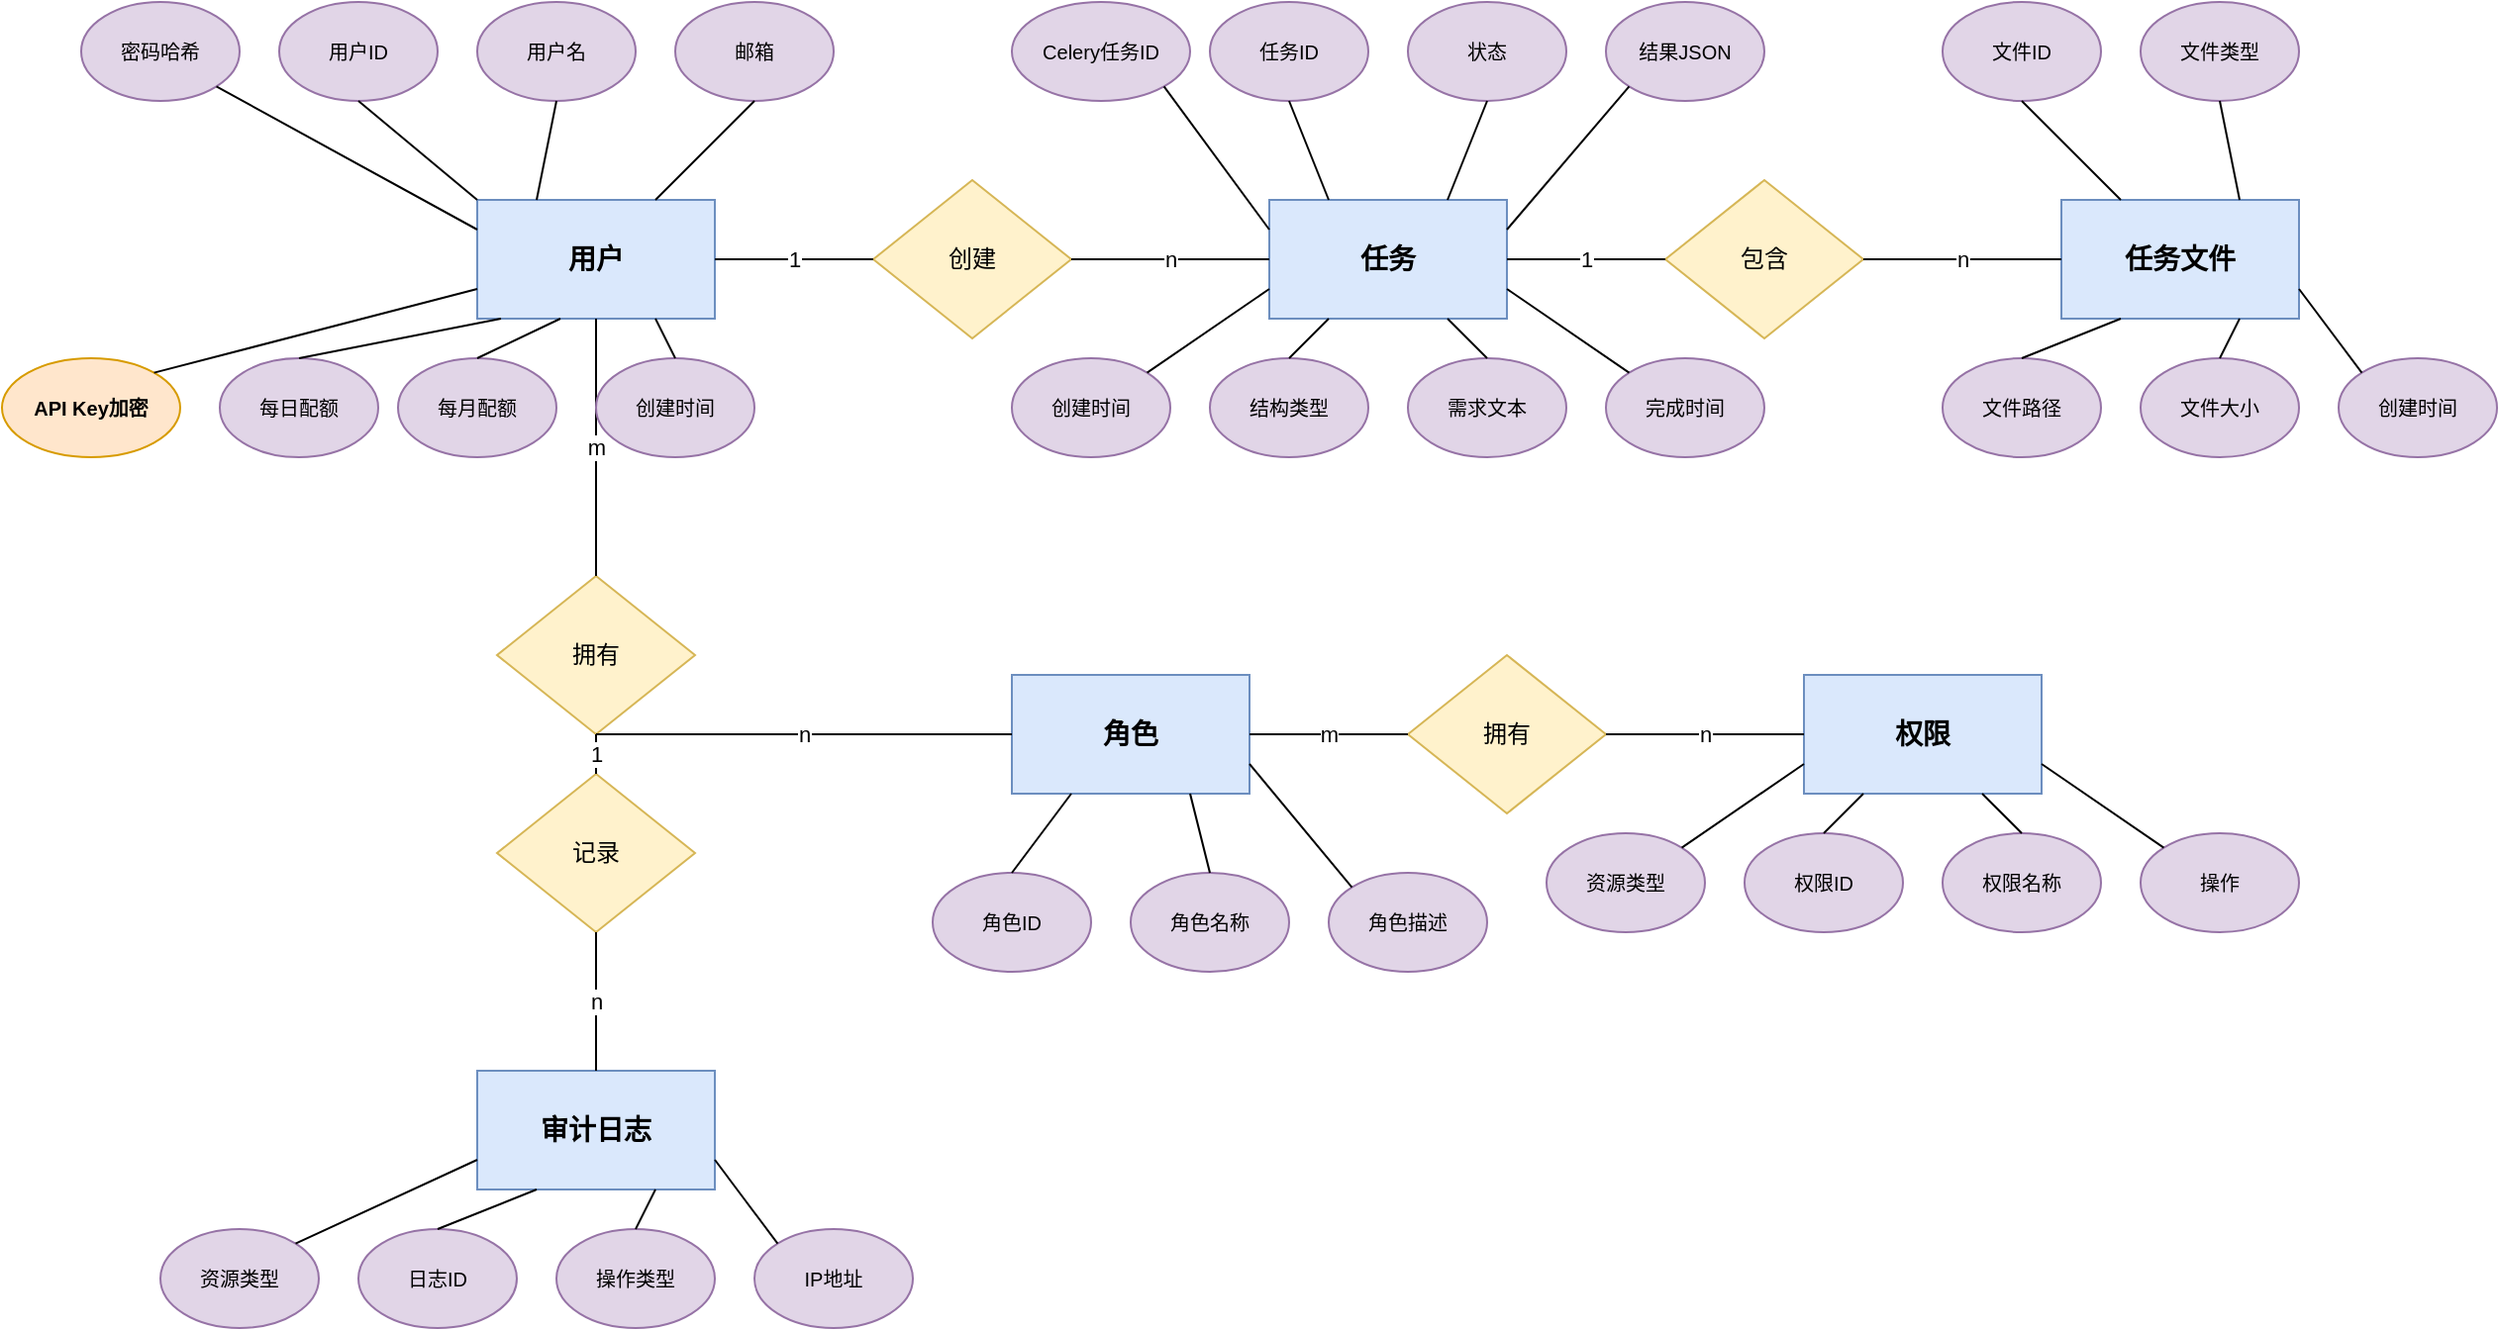
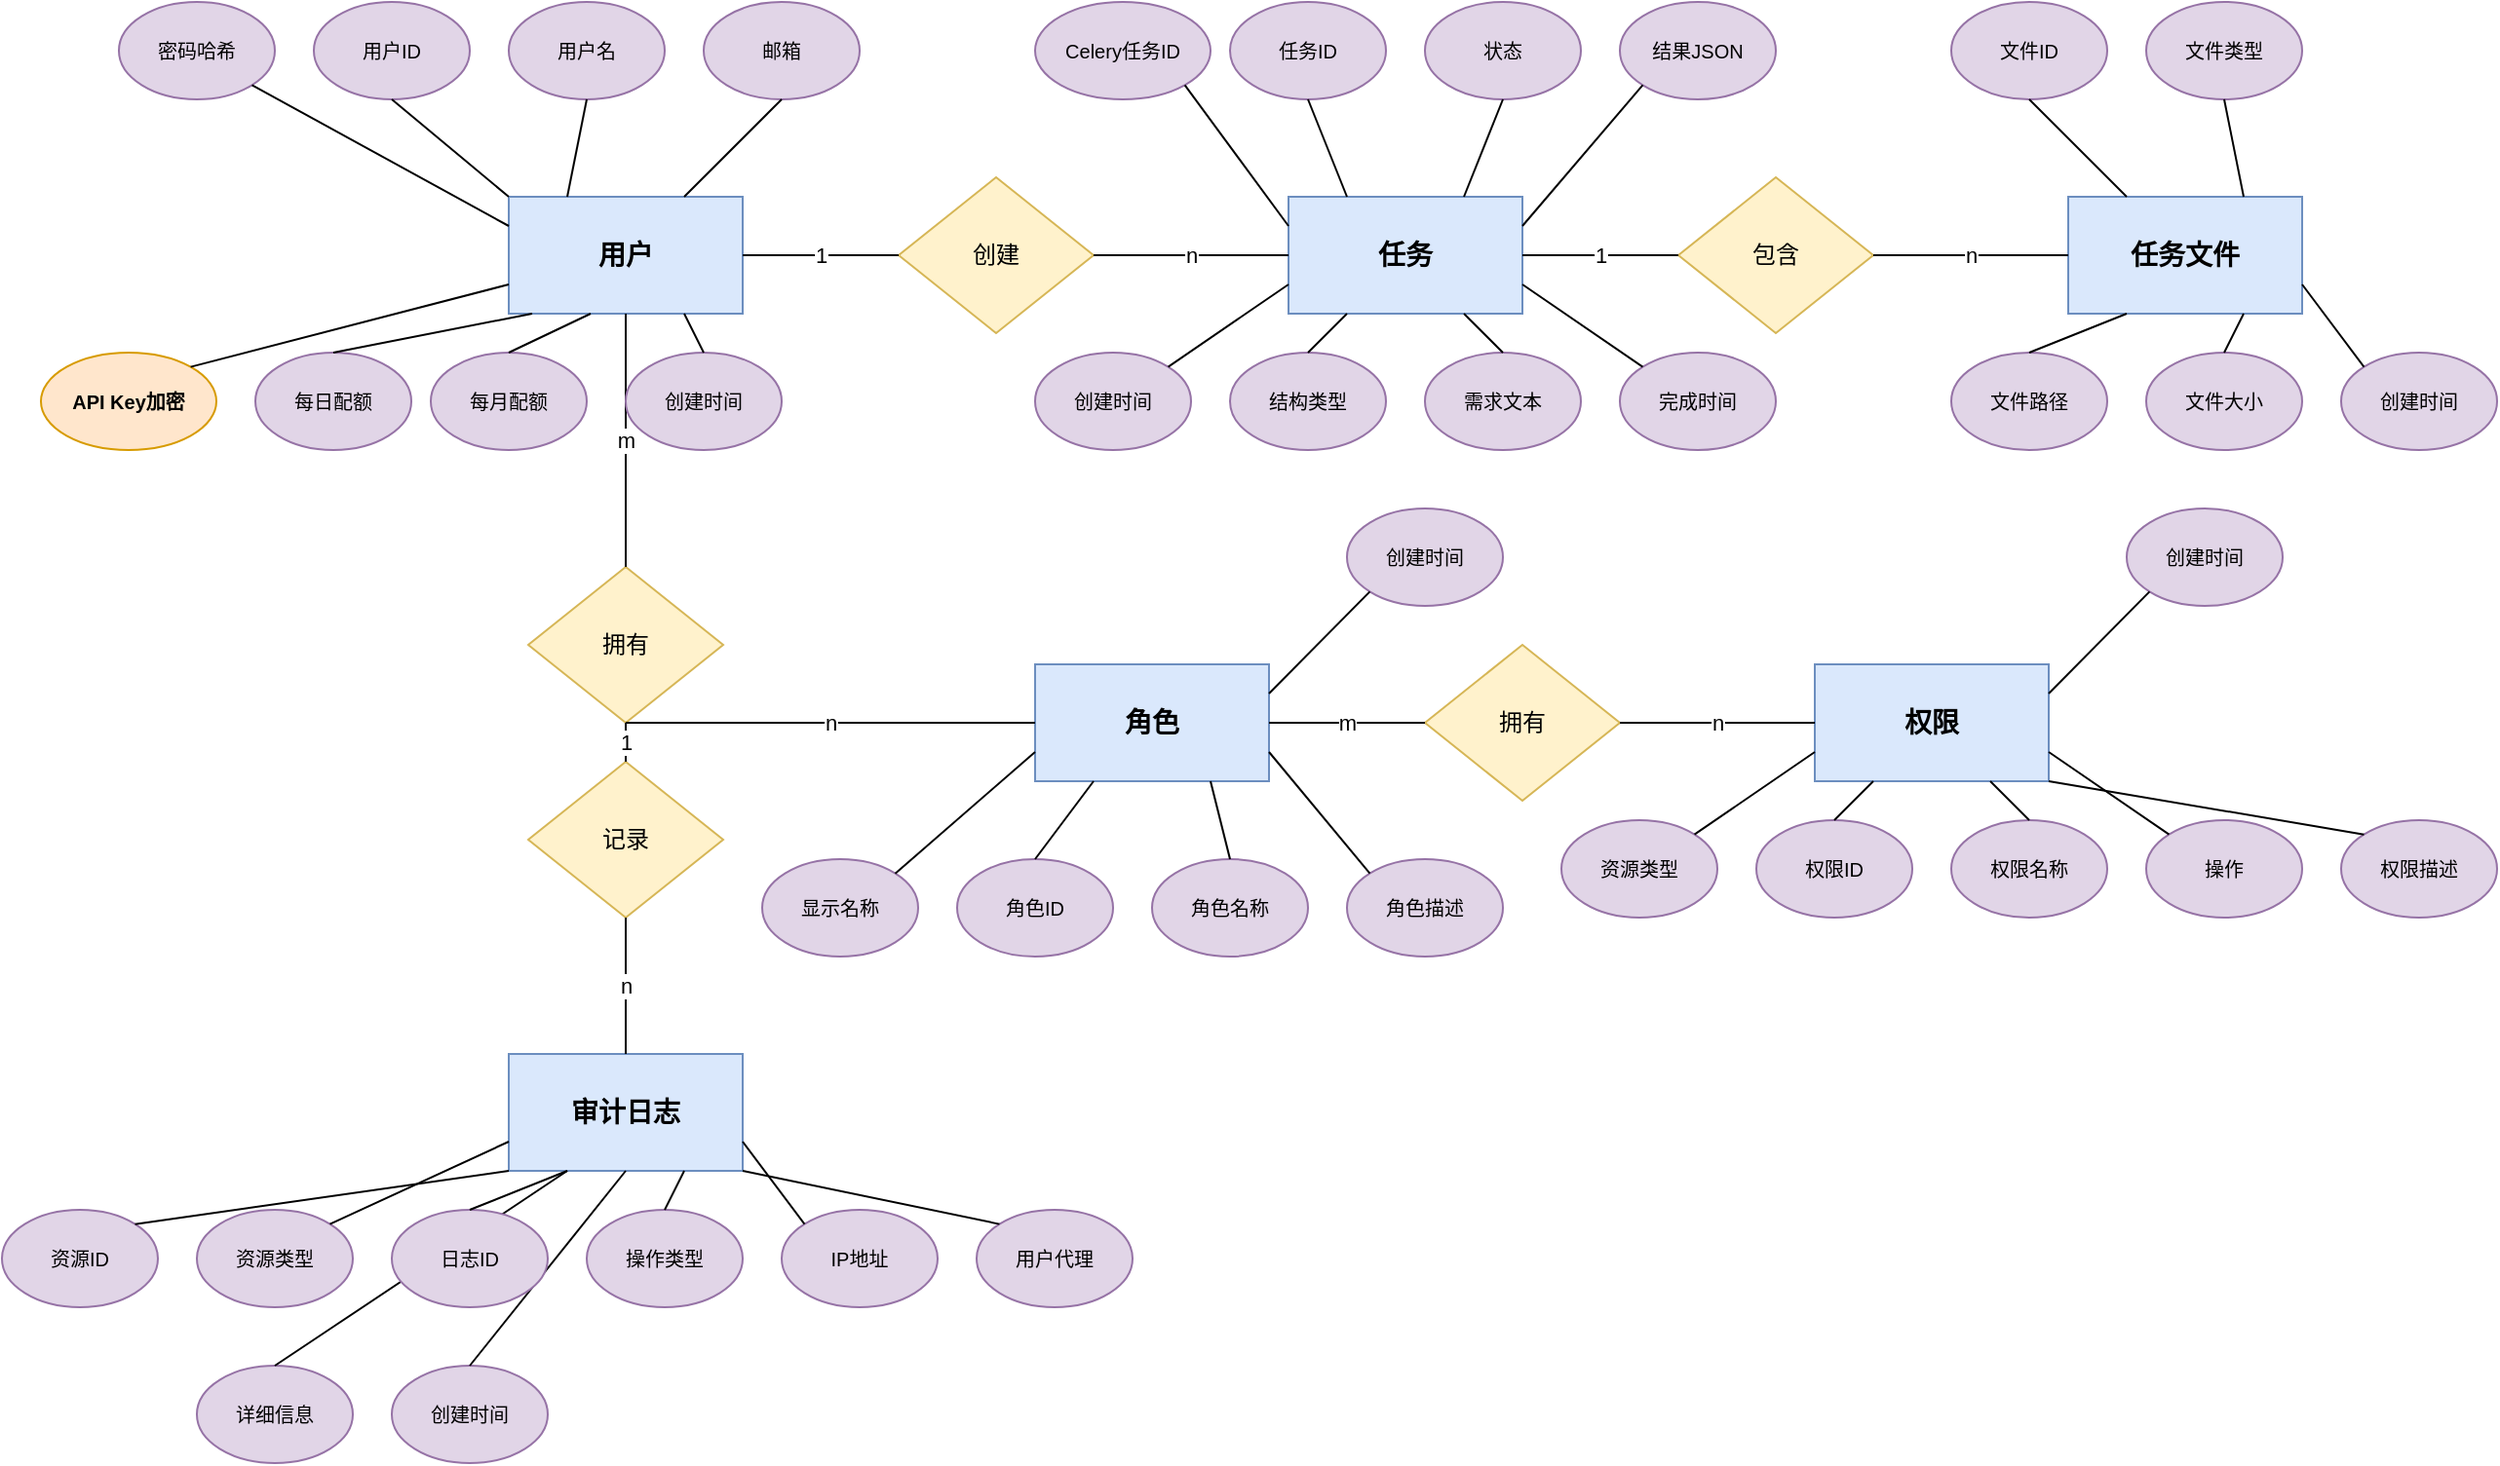
<mxfile host="app.diagrams.net" agent="Claude">
  <diagram name="数据库ER图" id="er-diagram">
    <mxGraphModel dx="1437" dy="891" grid="1" gridSize="10" guides="1" tooltips="1" connect="1" arrows="1" fold="1" page="1" pageScale="1" pageWidth="3000" pageHeight="2000" math="0" shadow="0">
      <root>
        <mxCell id="0" />
        <mxCell id="1" parent="0" />
        <mxCell id="entity-users" parent="1" style="rounded=0;whiteSpace=wrap;html=1;fillColor=#dae8fc;strokeColor=#6c8ebf;fontSize=14;fontStyle=1" value="用户" vertex="1">
          <mxGeometry height="60" width="120" x="400" y="200" as="geometry" />
        </mxCell>
        <mxCell id="entity-tasks" parent="1" style="rounded=0;whiteSpace=wrap;html=1;fillColor=#dae8fc;strokeColor=#6c8ebf;fontSize=14;fontStyle=1" value="任务" vertex="1">
          <mxGeometry height="60" width="120" x="800" y="200" as="geometry" />
        </mxCell>
        <mxCell id="entity-task-files" parent="1" style="rounded=0;whiteSpace=wrap;html=1;fillColor=#dae8fc;strokeColor=#6c8ebf;fontSize=14;fontStyle=1" value="任务文件" vertex="1">
          <mxGeometry height="60" width="120" x="1200" y="200" as="geometry" />
        </mxCell>
        <mxCell id="entity-roles" parent="1" style="rounded=0;whiteSpace=wrap;html=1;fillColor=#dae8fc;strokeColor=#6c8ebf;fontSize=14;fontStyle=1" value="角色" vertex="1">
          <mxGeometry height="60" width="120" x="670" y="440" as="geometry" />
        </mxCell>
        <mxCell id="entity-permissions" parent="1" style="rounded=0;whiteSpace=wrap;html=1;fillColor=#dae8fc;strokeColor=#6c8ebf;fontSize=14;fontStyle=1" value="权限" vertex="1">
          <mxGeometry height="60" width="120" x="1070" y="440" as="geometry" />
        </mxCell>
        <mxCell id="entity-audit-logs" parent="1" style="rounded=0;whiteSpace=wrap;html=1;fillColor=#dae8fc;strokeColor=#6c8ebf;fontSize=14;fontStyle=1" value="审计日志" vertex="1">
          <mxGeometry height="60" width="120" x="400" y="640" as="geometry" />
        </mxCell>
        <mxCell id="rel-creates" parent="1" style="rhombus;whiteSpace=wrap;html=1;fillColor=#fff2cc;strokeColor=#d6b656;fontSize=12" value="创建" vertex="1">
          <mxGeometry height="80" width="100" x="600" y="190" as="geometry" />
        </mxCell>
        <mxCell id="edge-user-creates" edge="1" parent="1" source="entity-users" style="endArrow=none;html=1;rounded=0;exitX=1;exitY=0.5;exitDx=0;exitDy=0;entryX=0;entryY=0.5;entryDx=0;entryDy=0;" target="rel-creates" value="1">
          <mxGeometry relative="1" as="geometry" />
        </mxCell>
        <mxCell id="edge-creates-task" edge="1" parent="1" source="rel-creates" style="endArrow=none;html=1;rounded=0;exitX=1;exitY=0.5;exitDx=0;exitDy=0;entryX=0;entryY=0.5;entryDx=0;entryDy=0;" target="entity-tasks" value="n">
          <mxGeometry relative="1" as="geometry" />
        </mxCell>
        <mxCell id="rel-contains" parent="1" style="rhombus;whiteSpace=wrap;html=1;fillColor=#fff2cc;strokeColor=#d6b656;fontSize=12" value="包含" vertex="1">
          <mxGeometry height="80" width="100" x="1000" y="190" as="geometry" />
        </mxCell>
        <mxCell id="edge-task-contains" edge="1" parent="1" source="entity-tasks" style="endArrow=none;html=1;rounded=0;exitX=1;exitY=0.5;exitDx=0;exitDy=0;entryX=0;entryY=0.5;entryDx=0;entryDy=0;" target="rel-contains" value="1">
          <mxGeometry relative="1" as="geometry" />
        </mxCell>
        <mxCell id="edge-contains-file" edge="1" parent="1" source="rel-contains" style="endArrow=none;html=1;rounded=0;exitX=1;exitY=0.5;exitDx=0;exitDy=0;entryX=0;entryY=0.5;entryDx=0;entryDy=0;" target="entity-task-files" value="n">
          <mxGeometry relative="1" as="geometry" />
        </mxCell>
        <mxCell id="rel-has-role" parent="1" style="rhombus;whiteSpace=wrap;html=1;fillColor=#fff2cc;strokeColor=#d6b656;fontSize=12" value="拥有" vertex="1">
          <mxGeometry height="80" width="100" x="410" y="390" as="geometry" />
        </mxCell>
        <mxCell id="edge-user-has-role" edge="1" parent="1" source="entity-users" style="endArrow=none;html=1;rounded=0;exitX=0.5;exitY=1;exitDx=0;exitDy=0;entryX=0.5;entryY=0;entryDx=0;entryDy=0;" target="rel-has-role" value="m">
          <mxGeometry relative="1" as="geometry" />
        </mxCell>
        <mxCell id="edge-has-role-role" edge="1" parent="1" source="rel-has-role" style="endArrow=none;html=1;rounded=0;exitX=0.5;exitY=1;exitDx=0;exitDy=0;entryX=0;entryY=0.5;entryDx=0;entryDy=0;" target="entity-roles" value="n">
          <mxGeometry relative="1" as="geometry" />
        </mxCell>
        <mxCell id="rel-has-perm" parent="1" style="rhombus;whiteSpace=wrap;html=1;fillColor=#fff2cc;strokeColor=#d6b656;fontSize=12" value="拥有" vertex="1">
          <mxGeometry height="80" width="100" x="870" y="430" as="geometry" />
        </mxCell>
        <mxCell id="edge-role-has-perm" edge="1" parent="1" source="entity-roles" style="endArrow=none;html=1;rounded=0;exitX=1;exitY=0.5;exitDx=0;exitDy=0;entryX=0;entryY=0.5;entryDx=0;entryDy=0;" target="rel-has-perm" value="m">
          <mxGeometry relative="1" as="geometry" />
        </mxCell>
        <mxCell id="edge-has-perm-perm" edge="1" parent="1" source="rel-has-perm" style="endArrow=none;html=1;rounded=0;exitX=1;exitY=0.5;exitDx=0;exitDy=0;entryX=0;entryY=0.5;entryDx=0;entryDy=0;" target="entity-permissions" value="n">
          <mxGeometry relative="1" as="geometry" />
        </mxCell>
        <mxCell id="rel-logs" parent="1" style="rhombus;whiteSpace=wrap;html=1;fillColor=#fff2cc;strokeColor=#d6b656;fontSize=12" value="记录" vertex="1">
          <mxGeometry height="80" width="100" x="410" y="490" as="geometry" />
        </mxCell>
        <mxCell id="edge-user-logs" edge="1" parent="1" source="rel-has-role" style="endArrow=none;html=1;rounded=0;exitX=0.5;exitY=1;exitDx=0;exitDy=0;entryX=0.5;entryY=0;entryDx=0;entryDy=0;" target="rel-logs" value="1">
          <mxGeometry relative="1" as="geometry">
            <mxPoint x="460" y="470" as="sourcePoint" />
          </mxGeometry>
        </mxCell>
        <mxCell id="edge-logs-audit" edge="1" parent="1" source="rel-logs" style="endArrow=none;html=1;rounded=0;exitX=0.5;exitY=1;exitDx=0;exitDy=0;entryX=0.5;entryY=0;entryDx=0;entryDy=0;" target="entity-audit-logs" value="n">
          <mxGeometry relative="1" as="geometry" />
        </mxCell>
        <mxCell id="attr-user-id" parent="1" style="ellipse;whiteSpace=wrap;html=1;fillColor=#e1d5e7;strokeColor=#9673a6;fontSize=10" value="用户ID" vertex="1">
          <mxGeometry height="50" width="80" x="300" y="100" as="geometry" />
        </mxCell>
        <mxCell id="edge-user-id" edge="1" parent="1" source="attr-user-id" style="endArrow=none;html=1;rounded=0;exitX=0.5;exitY=1;exitDx=0;exitDy=0;entryX=0;entryY=0;entryDx=0;entryDy=0;" target="entity-users">
          <mxGeometry relative="1" as="geometry" />
        </mxCell>
        <mxCell id="attr-username" parent="1" style="ellipse;whiteSpace=wrap;html=1;fillColor=#e1d5e7;strokeColor=#9673a6;fontSize=10" value="用户名" vertex="1">
          <mxGeometry height="50" width="80" x="400" y="100" as="geometry" />
        </mxCell>
        <mxCell id="edge-username" edge="1" parent="1" source="attr-username" style="endArrow=none;html=1;rounded=0;exitX=0.5;exitY=1;exitDx=0;exitDy=0;entryX=0.25;entryY=0;entryDx=0;entryDy=0;" target="entity-users">
          <mxGeometry relative="1" as="geometry" />
        </mxCell>
        <mxCell id="attr-email" parent="1" style="ellipse;whiteSpace=wrap;html=1;fillColor=#e1d5e7;strokeColor=#9673a6;fontSize=10" value="邮箱" vertex="1">
          <mxGeometry height="50" width="80" x="500" y="100" as="geometry" />
        </mxCell>
        <mxCell id="edge-email" edge="1" parent="1" source="attr-email" style="endArrow=none;html=1;rounded=0;exitX=0.5;exitY=1;exitDx=0;exitDy=0;entryX=0.75;entryY=0;entryDx=0;entryDy=0;" target="entity-users">
          <mxGeometry relative="1" as="geometry" />
        </mxCell>
        <mxCell id="attr-password" parent="1" style="ellipse;whiteSpace=wrap;html=1;fillColor=#e1d5e7;strokeColor=#9673a6;fontSize=10" value="密码哈希" vertex="1">
          <mxGeometry height="50" width="80" x="200" y="100" as="geometry" />
        </mxCell>
        <mxCell id="edge-password" edge="1" parent="1" source="attr-password" style="endArrow=none;html=1;rounded=0;exitX=1;exitY=1;exitDx=0;exitDy=0;entryX=0;entryY=0.25;entryDx=0;entryDy=0;" target="entity-users">
          <mxGeometry relative="1" as="geometry" />
        </mxCell>
        <mxCell id="attr-api-key" parent="1" style="ellipse;whiteSpace=wrap;html=1;fillColor=#ffe6cc;strokeColor=#d79b00;fontSize=10;fontStyle=1" value="API Key加密" vertex="1">
          <mxGeometry height="50" width="90" x="160" y="280" as="geometry" />
        </mxCell>
        <mxCell id="edge-api-key" edge="1" parent="1" source="attr-api-key" style="endArrow=none;html=1;rounded=0;exitX=1;exitY=0;exitDx=0;exitDy=0;entryX=0;entryY=0.75;entryDx=0;entryDy=0;" target="entity-users">
          <mxGeometry relative="1" as="geometry" />
        </mxCell>
        <mxCell id="attr-user-created" parent="1" style="ellipse;whiteSpace=wrap;html=1;fillColor=#e1d5e7;strokeColor=#9673a6;fontSize=10" value="创建时间" vertex="1">
          <mxGeometry height="50" width="80" x="460" y="280" as="geometry" />
        </mxCell>
        <mxCell id="edge-user-created" edge="1" parent="1" source="attr-user-created" style="endArrow=none;html=1;rounded=0;exitX=0.5;exitY=0;exitDx=0;exitDy=0;entryX=0.75;entryY=1;entryDx=0;entryDy=0;" target="entity-users">
          <mxGeometry relative="1" as="geometry" />
        </mxCell>
        <mxCell id="attr-quota-daily" parent="1" style="ellipse;whiteSpace=wrap;html=1;fillColor=#e1d5e7;strokeColor=#9673a6;fontSize=10" value="每日配额" vertex="1">
          <mxGeometry height="50" width="80" x="270" y="280" as="geometry" />
        </mxCell>
        <mxCell id="edge-quota-daily" edge="1" parent="1" source="attr-quota-daily" style="endArrow=none;html=1;rounded=0;exitX=0.5;exitY=0;exitDx=0;exitDy=0;entryX=0.1;entryY=1;entryDx=0;entryDy=0;" target="entity-users">
          <mxGeometry relative="1" as="geometry" />
        </mxCell>
        <mxCell id="attr-quota-monthly" parent="1" style="ellipse;whiteSpace=wrap;html=1;fillColor=#e1d5e7;strokeColor=#9673a6;fontSize=10" value="每月配额" vertex="1">
          <mxGeometry height="50" width="80" x="360" y="280" as="geometry" />
        </mxCell>
        <mxCell id="edge-quota-monthly" edge="1" parent="1" source="attr-quota-monthly" style="endArrow=none;html=1;rounded=0;exitX=0.5;exitY=0;exitDx=0;exitDy=0;entryX=0.35;entryY=1;entryDx=0;entryDy=0;" target="entity-users">
          <mxGeometry relative="1" as="geometry" />
        </mxCell>
        <mxCell id="attr-celery-id" parent="1" style="ellipse;whiteSpace=wrap;html=1;fillColor=#e1d5e7;strokeColor=#9673a6;fontSize=10" value="Celery任务ID" vertex="1">
          <mxGeometry height="50" width="90" x="670" y="100" as="geometry" />
        </mxCell>
        <mxCell id="edge-celery-id" edge="1" parent="1" source="attr-celery-id" style="endArrow=none;html=1;rounded=0;exitX=1;exitY=1;exitDx=0;exitDy=0;entryX=0;entryY=0.25;entryDx=0;entryDy=0;" target="entity-tasks">
          <mxGeometry relative="1" as="geometry" />
        </mxCell>
        <mxCell id="attr-task-created" parent="1" style="ellipse;whiteSpace=wrap;html=1;fillColor=#e1d5e7;strokeColor=#9673a6;fontSize=10" value="创建时间" vertex="1">
          <mxGeometry height="50" width="80" x="670" y="280" as="geometry" />
        </mxCell>
        <mxCell id="edge-task-created" edge="1" parent="1" source="attr-task-created" style="endArrow=none;html=1;rounded=0;exitX=1;exitY=0;exitDx=0;exitDy=0;entryX=0;entryY=0.75;entryDx=0;entryDy=0;" target="entity-tasks">
          <mxGeometry relative="1" as="geometry" />
        </mxCell>
        <mxCell id="attr-completed-at" parent="1" style="ellipse;whiteSpace=wrap;html=1;fillColor=#e1d5e7;strokeColor=#9673a6;fontSize=10" value="完成时间" vertex="1">
          <mxGeometry height="50" width="80" x="970" y="280" as="geometry" />
        </mxCell>
        <mxCell id="edge-completed-at" edge="1" parent="1" source="attr-completed-at" style="endArrow=none;html=1;rounded=0;exitX=0;exitY=0;exitDx=0;exitDy=0;entryX=1;entryY=0.75;entryDx=0;entryDy=0;" target="entity-tasks">
          <mxGeometry relative="1" as="geometry" />
        </mxCell>
        <mxCell id="attr-result-json" parent="1" style="ellipse;whiteSpace=wrap;html=1;fillColor=#e1d5e7;strokeColor=#9673a6;fontSize=10" value="结果JSON" vertex="1">
          <mxGeometry height="50" width="80" x="970" y="100" as="geometry" />
        </mxCell>
        <mxCell id="edge-result-json" edge="1" parent="1" source="attr-result-json" style="endArrow=none;html=1;rounded=0;exitX=0;exitY=1;exitDx=0;exitDy=0;entryX=1;entryY=0.25;entryDx=0;entryDy=0;" target="entity-tasks">
          <mxGeometry relative="1" as="geometry" />
        </mxCell>
        <mxCell id="attr-file-created" parent="1" style="ellipse;whiteSpace=wrap;html=1;fillColor=#e1d5e7;strokeColor=#9673a6;fontSize=10" value="创建时间" vertex="1">
          <mxGeometry height="50" width="80" x="1340" y="280" as="geometry" />
        </mxCell>
        <mxCell id="edge-file-created" edge="1" parent="1" source="attr-file-created" style="endArrow=none;html=1;rounded=0;exitX=0;exitY=0;exitDx=0;exitDy=0;entryX=1;entryY=0.75;entryDx=0;entryDy=0;" target="entity-task-files">
          <mxGeometry relative="1" as="geometry" />
        </mxCell>
+         <mxCell id="attr-role-display" parent="1" style="ellipse;whiteSpace=wrap;html=1;fillColor=#e1d5e7;strokeColor=#9673a6;fontSize=10" value="显示名称" vertex="1">
+           <mxGeometry height="50" width="80" x="530" y="540" as="geometry" />
+         </mxCell>
+         <mxCell id="edge-role-display" edge="1" parent="1" source="attr-role-display" style="endArrow=none;html=1;rounded=0;exitX=1;exitY=0;exitDx=0;exitDy=0;entryX=0;entryY=0.75;entryDx=0;entryDy=0;" target="entity-roles">
+           <mxGeometry relative="1" as="geometry" />
+         </mxCell>
        <mxCell id="attr-role-desc" parent="1" style="ellipse;whiteSpace=wrap;html=1;fillColor=#e1d5e7;strokeColor=#9673a6;fontSize=10" value="角色描述" vertex="1">
          <mxGeometry height="50" width="80" x="830" y="540" as="geometry" />
        </mxCell>
        <mxCell id="edge-role-desc" edge="1" parent="1" source="attr-role-desc" style="endArrow=none;html=1;rounded=0;exitX=0;exitY=0;exitDx=0;exitDy=0;entryX=1;entryY=0.75;entryDx=0;entryDy=0;" target="entity-roles">
          <mxGeometry relative="1" as="geometry" />
        </mxCell>
+         <mxCell id="attr-role-created" parent="1" style="ellipse;whiteSpace=wrap;html=1;fillColor=#e1d5e7;strokeColor=#9673a6;fontSize=10" value="创建时间" vertex="1">
+           <mxGeometry height="50" width="80" x="830" y="360" as="geometry" />
+         </mxCell>
+         <mxCell id="edge-role-created" edge="1" parent="1" source="attr-role-created" style="endArrow=none;html=1;rounded=0;exitX=0;exitY=1;exitDx=0;exitDy=0;entryX=1;entryY=0.25;entryDx=0;entryDy=0;" target="entity-roles">
+           <mxGeometry relative="1" as="geometry" />
+         </mxCell>
        <mxCell id="attr-perm-resource" parent="1" style="ellipse;whiteSpace=wrap;html=1;fillColor=#e1d5e7;strokeColor=#9673a6;fontSize=10" value="资源类型" vertex="1">
          <mxGeometry height="50" width="80" x="940" y="520" as="geometry" />
        </mxCell>
        <mxCell id="edge-perm-resource" edge="1" parent="1" source="attr-perm-resource" style="endArrow=none;html=1;rounded=0;exitX=1;exitY=0;exitDx=0;exitDy=0;entryX=0;entryY=0.75;entryDx=0;entryDy=0;" target="entity-permissions">
          <mxGeometry relative="1" as="geometry" />
        </mxCell>
+         <mxCell id="attr-perm-desc" parent="1" style="ellipse;whiteSpace=wrap;html=1;fillColor=#e1d5e7;strokeColor=#9673a6;fontSize=10" value="权限描述" vertex="1">
+           <mxGeometry height="50" width="80" x="1340" y="520" as="geometry" />
+         </mxCell>
+         <mxCell id="edge-perm-desc" edge="1" parent="1" source="attr-perm-desc" style="endArrow=none;html=1;rounded=0;exitX=0;exitY=0;exitDx=0;exitDy=0;entryX=1;entryY=1;entryDx=0;entryDy=0;" target="entity-permissions">
+           <mxGeometry relative="1" as="geometry" />
+         </mxCell>
+         <mxCell id="attr-perm-created" parent="1" style="ellipse;whiteSpace=wrap;html=1;fillColor=#e1d5e7;strokeColor=#9673a6;fontSize=10" value="创建时间" vertex="1">
+           <mxGeometry height="50" width="80" x="1230" y="360" as="geometry" />
+         </mxCell>
+         <mxCell id="edge-perm-created" edge="1" parent="1" source="attr-perm-created" style="endArrow=none;html=1;rounded=0;exitX=0;exitY=1;exitDx=0;exitDy=0;entryX=1;entryY=0.25;entryDx=0;entryDy=0;" target="entity-permissions">
+           <mxGeometry relative="1" as="geometry" />
+         </mxCell>
        <mxCell id="attr-perm-action" parent="1" style="ellipse;whiteSpace=wrap;html=1;fillColor=#e1d5e7;strokeColor=#9673a6;fontSize=10" value="操作" vertex="1">
          <mxGeometry height="50" width="80" x="1240" y="520" as="geometry" />
        </mxCell>
        <mxCell id="edge-perm-action" edge="1" parent="1" source="attr-perm-action" style="endArrow=none;html=1;rounded=0;exitX=0;exitY=0;exitDx=0;exitDy=0;entryX=1;entryY=0.75;entryDx=0;entryDy=0;" target="entity-permissions">
+           <mxGeometry relative="1" as="geometry" />
+         </mxCell>
+         <mxCell id="attr-log-resource-id" parent="1" style="ellipse;whiteSpace=wrap;html=1;fillColor=#e1d5e7;strokeColor=#9673a6;fontSize=10" value="资源ID" vertex="1">
+           <mxGeometry height="50" width="80" x="140" y="720" as="geometry" />
+         </mxCell>
+         <mxCell id="edge-log-resource-id" edge="1" parent="1" source="attr-log-resource-id" style="endArrow=none;html=1;rounded=0;exitX=1;exitY=0;exitDx=0;exitDy=0;entryX=0;entryY=1;entryDx=0;entryDy=0;" target="entity-audit-logs">
+           <mxGeometry relative="1" as="geometry" />
+         </mxCell>
+         <mxCell id="attr-log-user-agent" parent="1" style="ellipse;whiteSpace=wrap;html=1;fillColor=#e1d5e7;strokeColor=#9673a6;fontSize=10" value="用户代理" vertex="1">
+           <mxGeometry height="50" width="80" x="640" y="720" as="geometry" />
+         </mxCell>
+         <mxCell id="edge-log-user-agent" edge="1" parent="1" source="attr-log-user-agent" style="endArrow=none;html=1;rounded=0;exitX=0;exitY=0;exitDx=0;exitDy=0;entryX=1;entryY=1;entryDx=0;entryDy=0;" target="entity-audit-logs">
+           <mxGeometry relative="1" as="geometry" />
+         </mxCell>
+         <mxCell id="attr-log-details" parent="1" style="ellipse;whiteSpace=wrap;html=1;fillColor=#e1d5e7;strokeColor=#9673a6;fontSize=10" value="详细信息" vertex="1">
+           <mxGeometry height="50" width="80" x="240" y="800" as="geometry" />
+         </mxCell>
+         <mxCell id="edge-log-details" edge="1" parent="1" source="attr-log-details" style="endArrow=none;html=1;rounded=0;exitX=0.5;exitY=0;exitDx=0;exitDy=0;entryX=0.25;entryY=1;entryDx=0;entryDy=0;" target="entity-audit-logs">
+           <mxGeometry relative="1" as="geometry" />
+         </mxCell>
+         <mxCell id="attr-log-created" parent="1" style="ellipse;whiteSpace=wrap;html=1;fillColor=#e1d5e7;strokeColor=#9673a6;fontSize=10" value="创建时间" vertex="1">
+           <mxGeometry height="50" width="80" x="340" y="800" as="geometry" />
+         </mxCell>
+         <mxCell id="edge-log-created" edge="1" parent="1" source="attr-log-created" style="endArrow=none;html=1;rounded=0;exitX=0.5;exitY=0;exitDx=0;exitDy=0;entryX=0.5;entryY=1;entryDx=0;entryDy=0;" target="entity-audit-logs">
          <mxGeometry relative="1" as="geometry" />
        </mxCell>
        <mxCell id="attr-log-resource" parent="1" style="ellipse;whiteSpace=wrap;html=1;fillColor=#e1d5e7;strokeColor=#9673a6;fontSize=10" value="资源类型" vertex="1">
          <mxGeometry height="50" width="80" x="240" y="720" as="geometry" />
        </mxCell>
        <mxCell id="edge-log-resource" edge="1" parent="1" source="attr-log-resource" style="endArrow=none;html=1;rounded=0;exitX=1;exitY=0;exitDx=0;exitDy=0;entryX=0;entryY=0.75;entryDx=0;entryDy=0;" target="entity-audit-logs">
          <mxGeometry relative="1" as="geometry" />
        </mxCell>
        <mxCell id="attr-log-ip" parent="1" style="ellipse;whiteSpace=wrap;html=1;fillColor=#e1d5e7;strokeColor=#9673a6;fontSize=10" value="IP地址" vertex="1">
          <mxGeometry height="50" width="80" x="540" y="720" as="geometry" />
        </mxCell>
        <mxCell id="edge-log-ip" edge="1" parent="1" source="attr-log-ip" style="endArrow=none;html=1;rounded=0;exitX=0;exitY=0;exitDx=0;exitDy=0;entryX=1;entryY=0.75;entryDx=0;entryDy=0;" target="entity-audit-logs">
          <mxGeometry relative="1" as="geometry" />
        </mxCell>
        <mxCell id="attr-task-id" parent="1" style="ellipse;whiteSpace=wrap;html=1;fillColor=#e1d5e7;strokeColor=#9673a6;fontSize=10" value="任务ID" vertex="1">
          <mxGeometry height="50" width="80" x="770" y="100" as="geometry" />
        </mxCell>
        <mxCell id="edge-task-id" edge="1" parent="1" source="attr-task-id" style="endArrow=none;html=1;rounded=0;exitX=0.5;exitY=1;exitDx=0;exitDy=0;entryX=0.25;entryY=0;entryDx=0;entryDy=0;" target="entity-tasks">
          <mxGeometry relative="1" as="geometry" />
        </mxCell>
        <mxCell id="attr-status" parent="1" style="ellipse;whiteSpace=wrap;html=1;fillColor=#e1d5e7;strokeColor=#9673a6;fontSize=10" value="状态" vertex="1">
          <mxGeometry height="50" width="80" x="870" y="100" as="geometry" />
        </mxCell>
        <mxCell id="edge-status" edge="1" parent="1" source="attr-status" style="endArrow=none;html=1;rounded=0;exitX=0.5;exitY=1;exitDx=0;exitDy=0;entryX=0.75;entryY=0;entryDx=0;entryDy=0;" target="entity-tasks">
          <mxGeometry relative="1" as="geometry" />
        </mxCell>
        <mxCell id="attr-structure-type" parent="1" style="ellipse;whiteSpace=wrap;html=1;fillColor=#e1d5e7;strokeColor=#9673a6;fontSize=10" value="结构类型" vertex="1">
          <mxGeometry height="50" width="80" x="770" y="280" as="geometry" />
        </mxCell>
        <mxCell id="edge-structure-type" edge="1" parent="1" source="attr-structure-type" style="endArrow=none;html=1;rounded=0;exitX=0.5;exitY=0;exitDx=0;exitDy=0;entryX=0.25;entryY=1;entryDx=0;entryDy=0;" target="entity-tasks">
          <mxGeometry relative="1" as="geometry" />
        </mxCell>
        <mxCell id="attr-request-text" parent="1" style="ellipse;whiteSpace=wrap;html=1;fillColor=#e1d5e7;strokeColor=#9673a6;fontSize=10" value="需求文本" vertex="1">
          <mxGeometry height="50" width="80" x="870" y="280" as="geometry" />
        </mxCell>
        <mxCell id="edge-request-text" edge="1" parent="1" source="attr-request-text" style="endArrow=none;html=1;rounded=0;exitX=0.5;exitY=0;exitDx=0;exitDy=0;entryX=0.75;entryY=1;entryDx=0;entryDy=0;" target="entity-tasks">
          <mxGeometry relative="1" as="geometry" />
        </mxCell>
        <mxCell id="attr-file-id" parent="1" style="ellipse;whiteSpace=wrap;html=1;fillColor=#e1d5e7;strokeColor=#9673a6;fontSize=10" value="文件ID" vertex="1">
          <mxGeometry height="50" width="80" x="1140" y="100" as="geometry" />
        </mxCell>
        <mxCell id="edge-file-id" edge="1" parent="1" source="attr-file-id" style="endArrow=none;html=1;rounded=0;exitX=0.5;exitY=1;exitDx=0;exitDy=0;entryX=0.25;entryY=0;entryDx=0;entryDy=0;" target="entity-task-files">
          <mxGeometry relative="1" as="geometry" />
        </mxCell>
        <mxCell id="attr-file-type" parent="1" style="ellipse;whiteSpace=wrap;html=1;fillColor=#e1d5e7;strokeColor=#9673a6;fontSize=10" value="文件类型" vertex="1">
          <mxGeometry height="50" width="80" x="1240" y="100" as="geometry" />
        </mxCell>
        <mxCell id="edge-file-type" edge="1" parent="1" source="attr-file-type" style="endArrow=none;html=1;rounded=0;exitX=0.5;exitY=1;exitDx=0;exitDy=0;entryX=0.75;entryY=0;entryDx=0;entryDy=0;" target="entity-task-files">
          <mxGeometry relative="1" as="geometry" />
        </mxCell>
        <mxCell id="attr-file-path" parent="1" style="ellipse;whiteSpace=wrap;html=1;fillColor=#e1d5e7;strokeColor=#9673a6;fontSize=10" value="文件路径" vertex="1">
          <mxGeometry height="50" width="80" x="1140" y="280" as="geometry" />
        </mxCell>
        <mxCell id="edge-file-path" edge="1" parent="1" source="attr-file-path" style="endArrow=none;html=1;rounded=0;exitX=0.5;exitY=0;exitDx=0;exitDy=0;entryX=0.25;entryY=1;entryDx=0;entryDy=0;" target="entity-task-files">
          <mxGeometry relative="1" as="geometry" />
        </mxCell>
        <mxCell id="attr-file-size" parent="1" style="ellipse;whiteSpace=wrap;html=1;fillColor=#e1d5e7;strokeColor=#9673a6;fontSize=10" value="文件大小" vertex="1">
          <mxGeometry height="50" width="80" x="1240" y="280" as="geometry" />
        </mxCell>
        <mxCell id="edge-file-size" edge="1" parent="1" source="attr-file-size" style="endArrow=none;html=1;rounded=0;exitX=0.5;exitY=0;exitDx=0;exitDy=0;entryX=0.75;entryY=1;entryDx=0;entryDy=0;" target="entity-task-files">
          <mxGeometry relative="1" as="geometry" />
        </mxCell>
        <mxCell id="attr-role-id" parent="1" style="ellipse;whiteSpace=wrap;html=1;fillColor=#e1d5e7;strokeColor=#9673a6;fontSize=10" value="角色ID" vertex="1">
          <mxGeometry height="50" width="80" x="630" y="540" as="geometry" />
        </mxCell>
        <mxCell id="edge-role-id" edge="1" parent="1" source="attr-role-id" style="endArrow=none;html=1;rounded=0;exitX=0.5;exitY=0;exitDx=0;exitDy=0;entryX=0.25;entryY=1;entryDx=0;entryDy=0;" target="entity-roles">
          <mxGeometry relative="1" as="geometry" />
        </mxCell>
        <mxCell id="attr-role-name" parent="1" style="ellipse;whiteSpace=wrap;html=1;fillColor=#e1d5e7;strokeColor=#9673a6;fontSize=10" value="角色名称" vertex="1">
          <mxGeometry height="50" width="80" x="730" y="540" as="geometry" />
        </mxCell>
        <mxCell id="edge-role-name" edge="1" parent="1" source="attr-role-name" style="endArrow=none;html=1;rounded=0;exitX=0.5;exitY=0;exitDx=0;exitDy=0;entryX=0.75;entryY=1;entryDx=0;entryDy=0;" target="entity-roles">
          <mxGeometry relative="1" as="geometry" />
        </mxCell>
        <mxCell id="attr-perm-id" parent="1" style="ellipse;whiteSpace=wrap;html=1;fillColor=#e1d5e7;strokeColor=#9673a6;fontSize=10" value="权限ID" vertex="1">
          <mxGeometry height="50" width="80" x="1040" y="520" as="geometry" />
        </mxCell>
        <mxCell id="edge-perm-id" edge="1" parent="1" source="attr-perm-id" style="endArrow=none;html=1;rounded=0;exitX=0.5;exitY=0;exitDx=0;exitDy=0;entryX=0.25;entryY=1;entryDx=0;entryDy=0;" target="entity-permissions">
          <mxGeometry relative="1" as="geometry" />
        </mxCell>
        <mxCell id="attr-perm-name" parent="1" style="ellipse;whiteSpace=wrap;html=1;fillColor=#e1d5e7;strokeColor=#9673a6;fontSize=10" value="权限名称" vertex="1">
          <mxGeometry height="50" width="80" x="1140" y="520" as="geometry" />
        </mxCell>
        <mxCell id="edge-perm-name" edge="1" parent="1" source="attr-perm-name" style="endArrow=none;html=1;rounded=0;exitX=0.5;exitY=0;exitDx=0;exitDy=0;entryX=0.75;entryY=1;entryDx=0;entryDy=0;" target="entity-permissions">
          <mxGeometry relative="1" as="geometry" />
        </mxCell>
        <mxCell id="attr-log-id" parent="1" style="ellipse;whiteSpace=wrap;html=1;fillColor=#e1d5e7;strokeColor=#9673a6;fontSize=10" value="日志ID" vertex="1">
          <mxGeometry height="50" width="80" x="340" y="720" as="geometry" />
        </mxCell>
        <mxCell id="edge-log-id" edge="1" parent="1" source="attr-log-id" style="endArrow=none;html=1;rounded=0;exitX=0.5;exitY=0;exitDx=0;exitDy=0;entryX=0.25;entryY=1;entryDx=0;entryDy=0;" target="entity-audit-logs">
          <mxGeometry relative="1" as="geometry" />
        </mxCell>
        <mxCell id="attr-action" parent="1" style="ellipse;whiteSpace=wrap;html=1;fillColor=#e1d5e7;strokeColor=#9673a6;fontSize=10" value="操作类型" vertex="1">
          <mxGeometry height="50" width="80" x="440" y="720" as="geometry" />
        </mxCell>
        <mxCell id="edge-action" edge="1" parent="1" source="attr-action" style="endArrow=none;html=1;rounded=0;exitX=0.5;exitY=0;exitDx=0;exitDy=0;entryX=0.75;entryY=1;entryDx=0;entryDy=0;" target="entity-audit-logs">
          <mxGeometry relative="1" as="geometry" />
        </mxCell>
      </root>
    </mxGraphModel>
  </diagram>
</mxfile>
